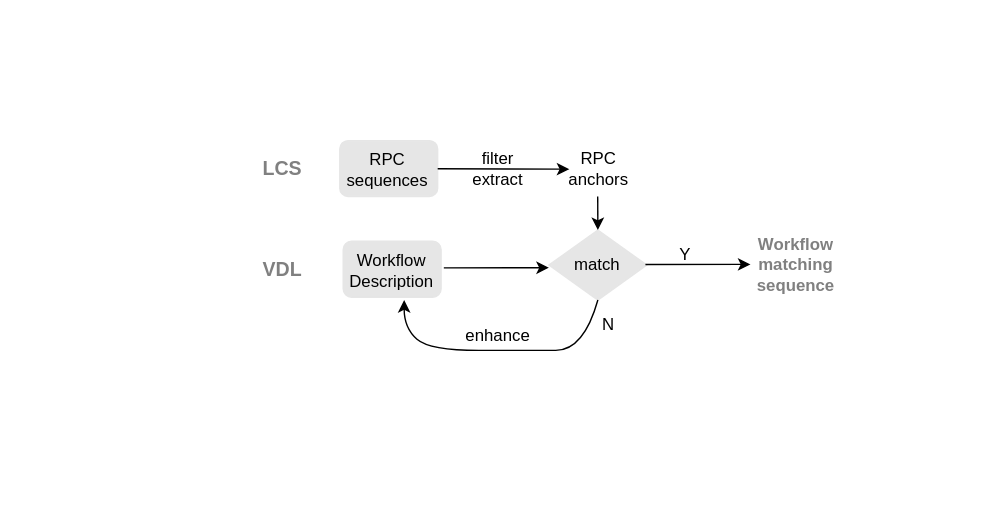
This is img/analytics-correlation.svg from cloudvista/vaa, a draw.io export, as it was before one commit. Source tidied: cells renumbered, new cells last; positions are measured from the earlier drawing's top-left corner, leaving out a move shared by most shapes. Its diagram source:
```xml
<mxGraphModel>
  <root>
    <mxCell id="0" />
    <mxCell id="1" parent="0" />
    <mxCell id="2" style="rounded=1;whiteSpace=wrap;html=1;strokeColor=none;" parent="1" vertex="1">
      <mxGeometry x="0.3" width="709.6" height="360" as="geometry" />
    </mxCell>
    <mxCell id="3" style="rounded=1;whiteSpace=wrap;html=1;strokeColor=#E6E6E6;fillColor=#E6E6E6;" parent="1" vertex="1">
      <mxGeometry x="244.7" y="172" width="70" height="40" as="geometry" />
    </mxCell>
    <mxCell id="4" style="rounded=1;whiteSpace=wrap;html=1;strokeColor=#E6E6E6;fillColor=#E6E6E6;" parent="1" vertex="1">
      <mxGeometry x="242.2" y="100" width="70" height="40" as="geometry" />
    </mxCell>
    <mxCell id="5" value="&lt;br&gt;Workflow&lt;br&gt;Description&amp;nbsp;" style="text;strokeColor=none;align=center;fillColor=none;html=1;verticalAlign=middle;whiteSpace=wrap;rounded=0;" parent="1" vertex="1">
      <mxGeometry x="258.2" y="175.6" width="43" height="20.9" as="geometry" />
    </mxCell>
    <mxCell id="6" value="&lt;b&gt;Workflow matching&amp;nbsp;&lt;br&gt;sequence&lt;/b&gt;" style="text;strokeColor=none;align=center;fillColor=none;html=1;verticalAlign=middle;whiteSpace=wrap;rounded=0;fontColor=#808080;" parent="1" vertex="1">
      <mxGeometry x="547.3" y="178.6" width="43" height="20.9" as="geometry" />
    </mxCell>
    <mxCell id="7" style="rhombus;whiteSpace=wrap;html=1;strokeColor=#E6E6E6;fillColor=#E6E6E6;" parent="1" vertex="1">
      <mxGeometry x="391.7" y="164" width="70" height="50" as="geometry" />
    </mxCell>
    <mxCell id="8" value="match" style="text;strokeColor=none;align=center;fillColor=none;html=1;verticalAlign=middle;whiteSpace=wrap;rounded=0;" parent="1" vertex="1">
      <mxGeometry x="405.2" y="178.6" width="43" height="20.9" as="geometry" />
    </mxCell>
    <mxCell id="9" style="edgeStyle=none;html=1;entryX=0;entryY=0.5;entryDx=0;entryDy=0;" parent="1" edge="1">
      <mxGeometry relative="1" as="geometry">
        <mxPoint x="316.6" y="191" as="sourcePoint" />
        <mxPoint x="391.8" y="190.9" as="targetPoint" />
      </mxGeometry>
    </mxCell>
    <mxCell id="10" style="edgeStyle=none;html=1;entryX=0.5;entryY=0;entryDx=0;entryDy=0;" parent="1" edge="1" target="7">
      <mxGeometry relative="1" as="geometry">
        <mxPoint x="426.6" y="140" as="sourcePoint" />
      </mxGeometry>
    </mxCell>
    <mxCell id="11" style="edgeStyle=none;html=1;entryX=0;entryY=0.5;entryDx=0;entryDy=0;" parent="1" edge="1">
      <mxGeometry relative="1" as="geometry">
        <mxPoint x="460.8" y="188.6" as="sourcePoint" />
        <mxPoint x="535.9" y="188.5" as="targetPoint" />
      </mxGeometry>
    </mxCell>
    <mxCell id="12" value="Y" style="text;strokeColor=none;align=center;fillColor=none;html=1;verticalAlign=middle;whiteSpace=wrap;rounded=0;" parent="1" vertex="1">
      <mxGeometry x="467.8" y="172" width="43" height="20.9" as="geometry" />
    </mxCell>
    <mxCell id="13" value="RPC sequences" style="text;strokeColor=none;align=center;fillColor=none;html=1;verticalAlign=middle;whiteSpace=wrap;rounded=0;" parent="1" vertex="1">
      <mxGeometry x="255.2" y="111" width="43" height="20.9" as="geometry" />
    </mxCell>
    <mxCell id="14" value="filter&lt;br&gt;extract" style="text;strokeColor=none;align=center;fillColor=none;html=1;verticalAlign=middle;whiteSpace=wrap;rounded=0;" parent="1" vertex="1">
      <mxGeometry x="334.1" y="110" width="43" height="20.9" as="geometry" />
    </mxCell>
    <mxCell id="15" value="RPC anchors" style="text;strokeColor=none;align=center;fillColor=none;html=1;verticalAlign=middle;whiteSpace=wrap;rounded=0;" parent="1" vertex="1">
      <mxGeometry x="406.4" y="110" width="43" height="20.9" as="geometry" />
    </mxCell>
    <mxCell id="16" style="edgeStyle=none;html=1;entryX=0;entryY=0.5;entryDx=0;entryDy=0;startArrow=none;" parent="1" edge="1" target="15">
      <mxGeometry relative="1" as="geometry">
        <mxPoint x="312.2" y="120.1" as="sourcePoint" />
      </mxGeometry>
    </mxCell>
    <mxCell id="17" value="enhance" style="text;strokeColor=none;align=center;fillColor=none;html=1;verticalAlign=middle;whiteSpace=wrap;rounded=0;" parent="1" vertex="1">
      <mxGeometry x="334.1" y="230" width="43" height="20.9" as="geometry" />
    </mxCell>
    <mxCell id="18" style="curved=1;endArrow=classic;html=1;exitX=0.5;exitY=1;exitDx=0;exitDy=0;" parent="1" edge="1" source="7">
      <mxGeometry relative="1" as="geometry">
        <mxPoint x="288.3" y="214" as="targetPoint" />
        <Array as="points">
          <mxPoint x="416.6" y="250" />
          <mxPoint x="376.6" y="250" />
          <mxPoint x="306.6" y="250" />
          <mxPoint x="288.3" y="234" />
        </Array>
      </mxGeometry>
    </mxCell>
    <mxCell id="19" value="N" style="text;strokeColor=none;align=center;fillColor=none;html=1;verticalAlign=middle;whiteSpace=wrap;rounded=0;" parent="1" vertex="1">
      <mxGeometry x="412.6" y="221.1" width="43" height="20.9" as="geometry" />
    </mxCell>
    <mxCell id="20" value="&lt;b&gt;&lt;font style=&quot;font-size: 14px;&quot;&gt;LCS&lt;/font&gt;&lt;/b&gt;" style="text;strokeColor=none;align=center;fillColor=none;html=1;verticalAlign=middle;whiteSpace=wrap;rounded=0;fontColor=#808080;" parent="1" vertex="1">
      <mxGeometry x="180" y="109.6" width="43" height="20.9" as="geometry" />
    </mxCell>
    <mxCell id="21" value="&lt;b&gt;&lt;font style=&quot;font-size: 14px;&quot;&gt;VDL&lt;/font&gt;&lt;/b&gt;" style="text;strokeColor=none;align=center;fillColor=none;html=1;verticalAlign=middle;whiteSpace=wrap;rounded=0;fontColor=#808080;" parent="1" vertex="1">
      <mxGeometry x="180" y="181.6" width="43" height="20.9" as="geometry" />
    </mxCell>
  </root>
</mxGraphModel>
```
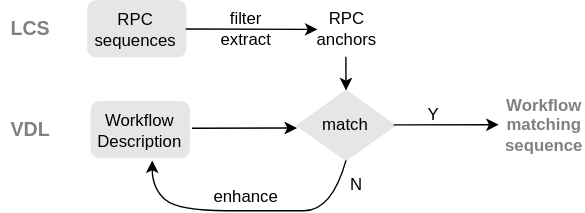
After the commit.

What changed in the source:
```diff
@@ -2,9 +2,6 @@
   <root>
     <mxCell id="0" />
     <mxCell id="1" parent="0" />
-    <mxCell id="2" style="rounded=1;whiteSpace=wrap;html=1;strokeColor=none;" parent="1" vertex="1">
-      <mxGeometry x="0.3" width="709.6" height="360" as="geometry" />
-    </mxCell>
     <mxCell id="3" style="rounded=1;whiteSpace=wrap;html=1;strokeColor=#E6E6E6;fillColor=#E6E6E6;" parent="1" vertex="1">
       <mxGeometry x="244.7" y="172" width="70" height="40" as="geometry" />
     </mxCell>
```
